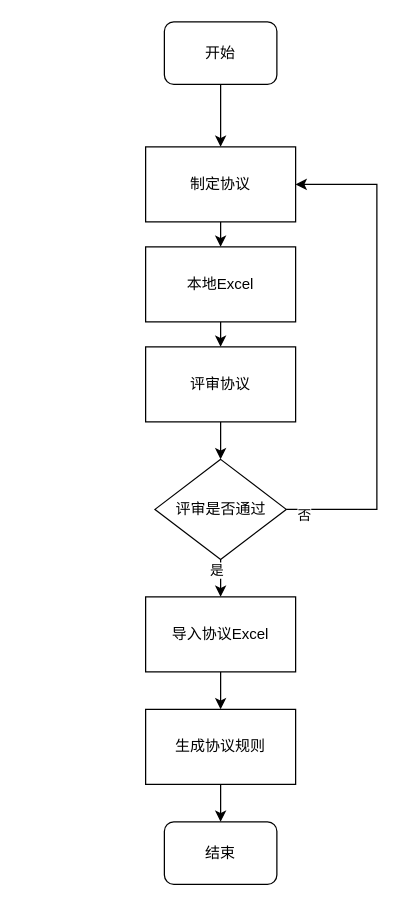
Above: 采集中心V3.0-旧工作流程图.drawio in shaozc3g/draw_io (draw.io), before the change. Source tidied: cells renumbered, new cells numbered last; positions are measured from the earlier drawing's top-left corner, leaving out a move shared by most shapes. Both pictures are drawn from the tidied source at 125%, with x=0, y=0 at pixel (145, 21).
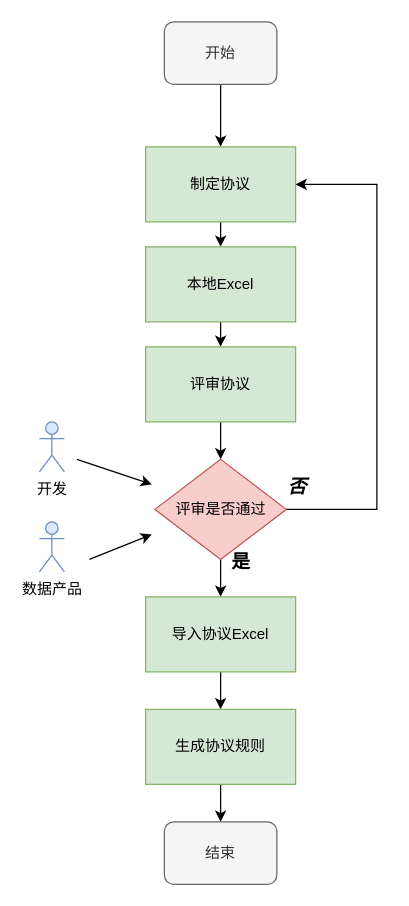
After the change.

Commit message (it also covers changes not shown here):
更新采集中心V3.0-旧工作流程图.drawio

The change refers to these unchanged cells:
```xml
<mxCell id="10" style="edgeStyle=orthogonalEdgeStyle;rounded=0;jettySize=auto;html=1;exitX=1;exitY=0.5;exitDx=0;exitDy=0;entryX=1;entryY=0.5;entryDx=0;entryDy=0;" parent="1" edge="1" source="14" target="5">
  <mxGeometry relative="1" as="geometry">
    <Array as="points">
      <mxPoint x="185" y="390" />
      <mxPoint x="185" y="130" />
    </Array>
  </mxGeometry>
</mxCell>
<mxCell id="12" style="edgeStyle=orthogonalEdgeStyle;rounded=0;jettySize=auto;html=1;exitX=0.5;exitY=1;exitDx=0;exitDy=0;" parent="1" edge="1" source="14" target="16">
  <mxGeometry relative="1" as="geometry" />
</mxCell>
```

What changed in the source:
```diff
@@
-    <mxCell id="3" value="开始" style="rounded=1;whiteSpace=wrap;html=1;" parent="1" vertex="1">
+    <mxCell id="3" value="开始" style="rounded=1;whiteSpace=wrap;html=1;fillColor=#f5f5f5;fontColor=#333333;strokeColor=#666666;" parent="1" vertex="1">
       <mxGeometry x="15" width="90" height="50" as="geometry" />
     </mxCell>
@@
-    <mxCell id="5" value="制定协议" style="rounded=0;whiteSpace=wrap;html=1;" parent="1" vertex="1">
+    <mxCell id="5" value="制定协议" style="rounded=0;whiteSpace=wrap;html=1;fillColor=#d5e8d4;strokeColor=#82b366;" parent="1" vertex="1">
       <mxGeometry y="100" width="120" height="60" as="geometry" />
     </mxCell>
@@
-    <mxCell id="7" value="本地Excel" style="rounded=0;whiteSpace=wrap;html=1;" parent="1" vertex="1">
+    <mxCell id="7" value="本地Excel" style="rounded=0;whiteSpace=wrap;html=1;fillColor=#d5e8d4;strokeColor=#82b366;" parent="1" vertex="1">
       <mxGeometry y="180" width="120" height="60" as="geometry" />
     </mxCell>
@@
-    <mxCell id="9" value="评审协议" style="rounded=0;whiteSpace=wrap;html=1;" parent="1" vertex="1">
+    <mxCell id="9" value="评审协议" style="rounded=0;whiteSpace=wrap;html=1;fillColor=#d5e8d4;strokeColor=#82b366;" parent="1" vertex="1">
       <mxGeometry y="260" width="120" height="60" as="geometry" />
     </mxCell>
@@
-    <mxCell id="11" value="否" style="edgeLabel;html=1;align=center;verticalAlign=middle;" parent="10" vertex="1">
-      <mxGeometry x="-0.93" y="-4" relative="1" as="geometry" />
+    <mxCell id="11" value="否" style="edgeLabel;html=1;align=center;verticalAlign=middle;fontSize=15;fontStyle=3;" parent="10" vertex="1">
+      <mxGeometry x="-0.93" y="-4" relative="1" as="geometry">
+        <mxPoint x="-6" y="-24" as="offset" />
+      </mxGeometry>
     </mxCell>
@@
-    <mxCell id="13" value="是" style="edgeLabel;html=1;align=center;verticalAlign=middle;" parent="12" vertex="1">
-      <mxGeometry x="-0.68" y="-4" relative="1" as="geometry" />
+    <mxCell id="13" value="是" style="edgeLabel;html=1;align=center;verticalAlign=middle;fontSize=15;fontStyle=1;" parent="12" vertex="1">
+      <mxGeometry x="-0.68" y="-4" relative="1" as="geometry">
+        <mxPoint x="19" y="-8" as="offset" />
+      </mxGeometry>
     </mxCell>
-    <mxCell id="14" value="评审是否通过" style="rhombus;whiteSpace=wrap;html=1;" parent="1" vertex="1">
+    <mxCell id="14" value="评审是否通过" style="rhombus;whiteSpace=wrap;html=1;fillColor=#f8cecc;strokeColor=#b85450;" parent="1" vertex="1">
       <mxGeometry x="7.5" y="350" width="105" height="80" as="geometry" />
     </mxCell>
@@
-    <mxCell id="16" value="导入协议Excel" style="rounded=0;whiteSpace=wrap;html=1;" parent="1" vertex="1">
+    <mxCell id="16" value="导入协议Excel" style="rounded=0;whiteSpace=wrap;html=1;fillColor=#d5e8d4;strokeColor=#82b366;" parent="1" vertex="1">
       <mxGeometry y="460" width="120" height="60" as="geometry" />
     </mxCell>
@@
-    <mxCell id="18" value="生成协议规则" style="rounded=0;whiteSpace=wrap;html=1;" parent="1" vertex="1">
+    <mxCell id="18" value="生成协议规则" style="rounded=0;whiteSpace=wrap;html=1;fillColor=#d5e8d4;strokeColor=#82b366;" parent="1" vertex="1">
       <mxGeometry y="550" width="120" height="60" as="geometry" />
     </mxCell>
-    <mxCell id="19" value="结束" style="rounded=1;whiteSpace=wrap;html=1;" parent="1" vertex="1">
+    <mxCell id="19" value="结束" style="rounded=1;whiteSpace=wrap;html=1;fillColor=#f5f5f5;fontColor=#333333;strokeColor=#666666;" parent="1" vertex="1">
       <mxGeometry x="15" y="640" width="90" height="50" as="geometry" />
     </mxCell>
+    <mxCell id="20" value="开发" style="shape=umlActor;verticalLabelPosition=bottom;verticalAlign=top;html=1;fillColor=#dae8fc;strokeColor=#6c8ebf;" parent="1" vertex="1">
+      <mxGeometry x="-85" y="320" width="20" height="40" as="geometry" />
+    </mxCell>
+    <mxCell id="21" value="数据产品" style="shape=umlActor;verticalLabelPosition=bottom;verticalAlign=top;html=1;fillColor=#dae8fc;strokeColor=#6c8ebf;" parent="1" vertex="1">
+      <mxGeometry x="-85" y="400" width="20" height="40" as="geometry" />
+    </mxCell>
+    <mxCell id="22" style="endArrow=classic;html=1;rounded=0;" parent="1" edge="1">
+      <mxGeometry relative="1" as="geometry">
+        <mxPoint x="-55" y="350" as="sourcePoint" />
+        <mxPoint x="5" y="370" as="targetPoint" />
+      </mxGeometry>
+    </mxCell>
+    <mxCell id="23" style="endArrow=classic;html=1;rounded=0;" parent="1" edge="1">
+      <mxGeometry relative="1" as="geometry">
+        <mxPoint x="-45" y="430" as="sourcePoint" />
+        <mxPoint x="5" y="410" as="targetPoint" />
+      </mxGeometry>
+    </mxCell>
```
